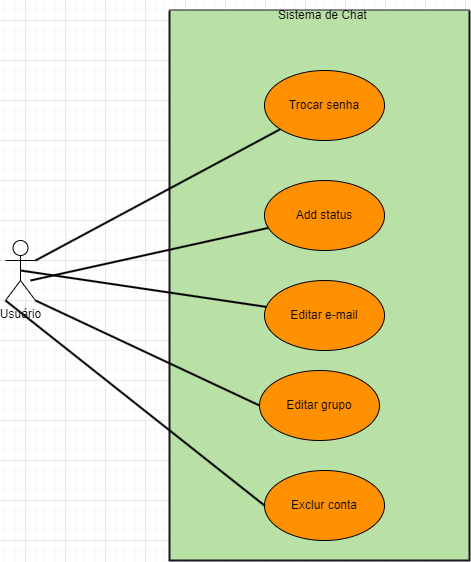
Above: systemDocumentation/Pictures/diagram/casodeuso2.drawio.png in ARRETdaniel/22-2_paradigm_O_O (draw.io), before the change. Source tidied: cells renumbered, new cells last; positions are measured from the earlier drawing's top-left corner, leaving out a move shared by most shapes.
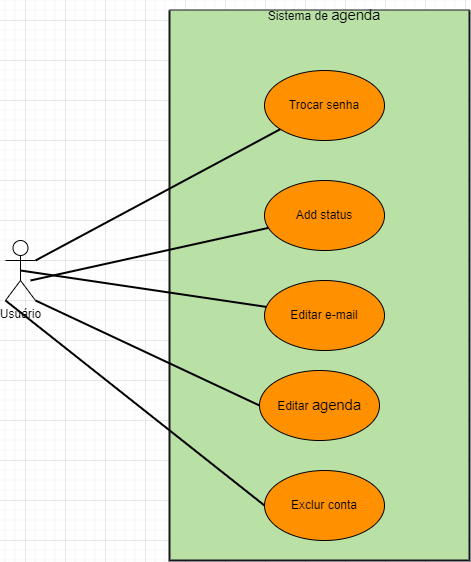
The same diagram one commit later.

What changed in the source:
```diff
@@ -5,13 +5,13 @@
     <mxCell id="2" style="swimlane;startSize=0;fillColor=#d5e8d4;strokeColor=#191621;swimlaneFillColor=#B9E0A5;gradientColor=none;strokeWidth=2;" parent="1" vertex="1">
       <mxGeometry x="164" y="10" width="300" height="550" as="geometry" />
     </mxCell>
-    <mxCell id="3" value="Editar grupo" style="ellipse;whiteSpace=wrap;html=1;fillColor=#FF9100;gradientColor=none;" parent="2" vertex="1">
+    <mxCell id="3" value="Editar&amp;nbsp;&lt;span id=&quot;docs-internal-guid-5d248136-7fff-6230-5ce6-fc6c9844654c&quot;&gt;&lt;span style=&quot;font-size: 11pt; font-family: Arial; background-color: transparent; font-variant-numeric: normal; font-variant-east-asian: normal; vertical-align: baseline;&quot;&gt;agenda&lt;/span&gt;&lt;/span&gt;" style="ellipse;whiteSpace=wrap;html=1;fillColor=#FF9100;gradientColor=none;" parent="2" vertex="1">
       <mxGeometry x="90" y="360" width="120" height="70" as="geometry" />
     </mxCell>
     <mxCell id="4" value="Exclur conta" style="ellipse;whiteSpace=wrap;html=1;fillColor=#FF9100;gradientColor=none;" parent="2" vertex="1">
       <mxGeometry x="95" y="460" width="120" height="70" as="geometry" />
     </mxCell>
-    <mxCell id="5" value="Sistema de Chat&amp;nbsp;" style="text;html=1;strokeColor=none;fillColor=none;align=center;verticalAlign=middle;whiteSpace=wrap;rounded=0;" parent="2" vertex="1">
+    <mxCell id="5" value="Sistema de&amp;nbsp;&lt;span id=&quot;docs-internal-guid-5d248136-7fff-6230-5ce6-fc6c9844654c&quot;&gt;&lt;span style=&quot;font-size: 11pt; font-family: Arial; background-color: transparent; font-variant-numeric: normal; font-variant-east-asian: normal; vertical-align: baseline;&quot;&gt;agenda&lt;/span&gt;&lt;/span&gt;" style="text;html=1;strokeColor=none;fillColor=none;align=center;verticalAlign=middle;whiteSpace=wrap;rounded=0;" parent="2" vertex="1">
       <mxGeometry x="10" y="-10" width="290" height="30" as="geometry" />
     </mxCell>
     <mxCell id="6" value="Editar e-mail" style="ellipse;whiteSpace=wrap;html=1;fillColor=#FF9100;gradientColor=none;" parent="2" vertex="1">
```
